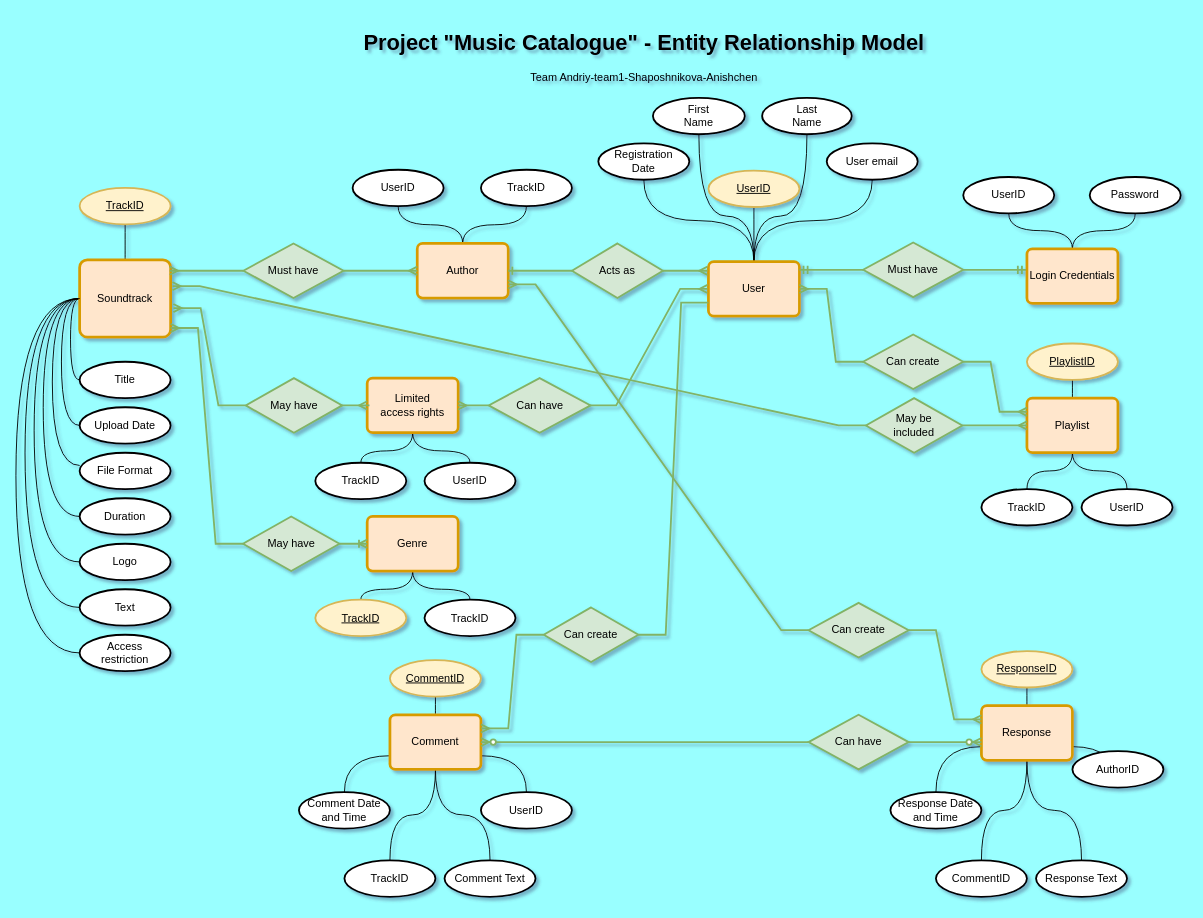
Before: page "2nd Draft" (2 of 2) of Untitled Diagram.drawio in avu-ua/DBFund-Team1-Yulia-Slava, a draw.io diagram. Source tidied: cells renumbered, new cells numbered last; positions are measured from the earlier drawing's top-left corner, leaving out a move shared by most shapes. Both pictures are drawn from the tidied source at 91%, with x=0, y=0 at pixel (-103, 25).
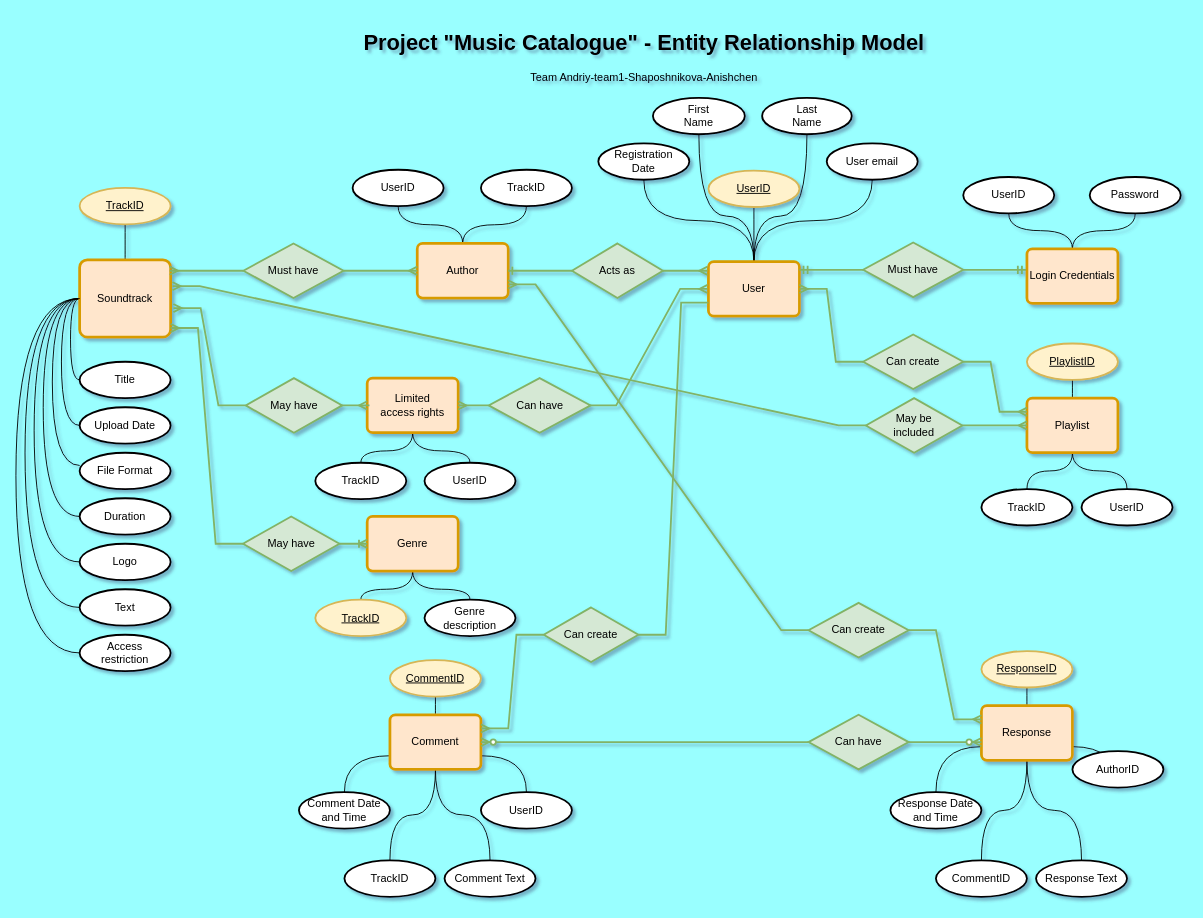
The same diagram, later.

What changed in the source:
```diff
@@
-    <mxCell id="108" value="TrackID" style="ellipse;whiteSpace=wrap;html=1;align=center;strokeWidth=2;" parent="1" vertex="1">
+    <mxCell id="108" value="Genre&lt;br&gt;description" style="ellipse;whiteSpace=wrap;html=1;align=center;strokeWidth=2;" parent="1" vertex="1">
       <mxGeometry x="579" y="631.5" width="100" height="40" as="geometry" />
     </mxCell>
```
